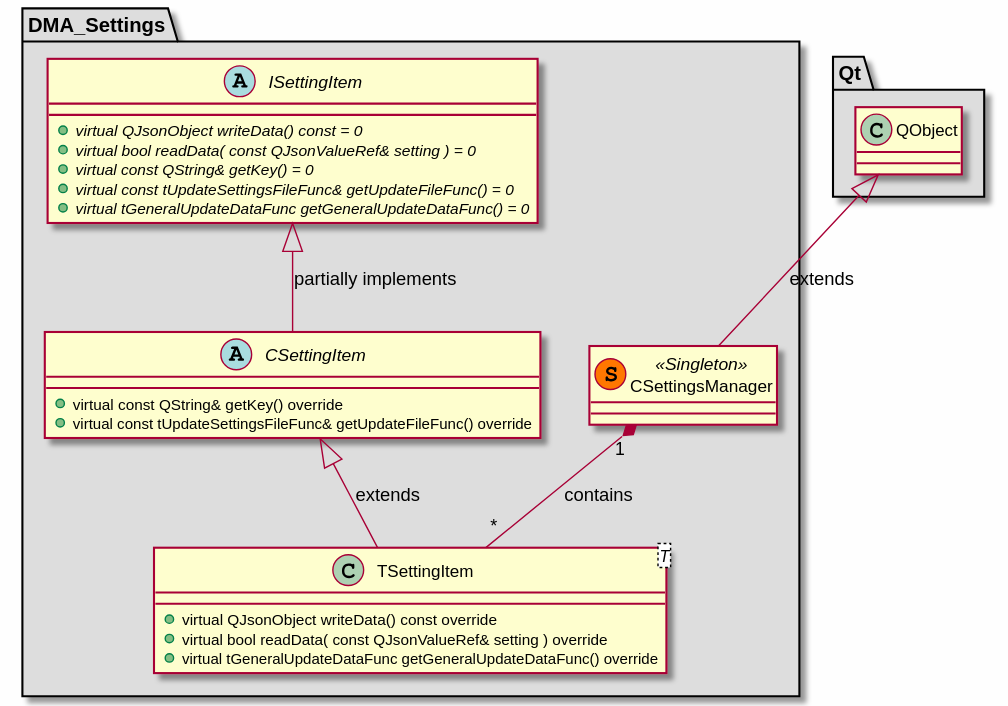
Before: md/dev_docs/puml/DMA_Settings_standalone.svg, a diagram exported from PlantUML (svlad-90/DLT-Message-Analyzer).
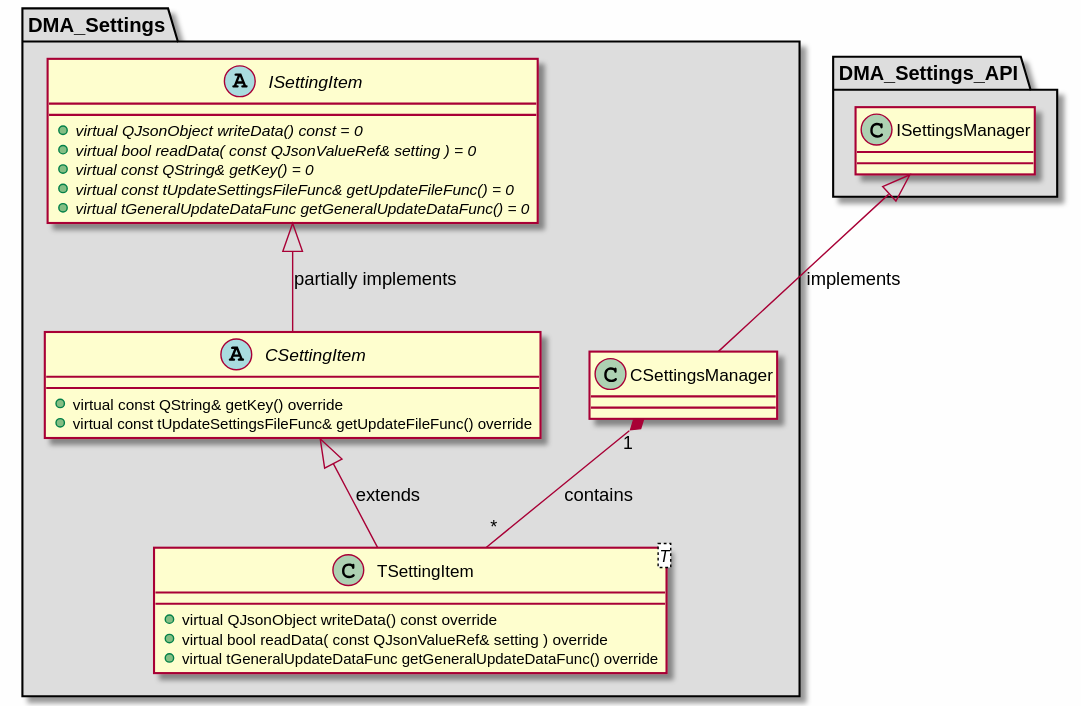
After the change.

The edit, as a diff of the source:
```diff
@@ -11,7 +11,7 @@
     + virtual const tUpdateSettingsFileFunc& getUpdateFileFunc() override
 }
 
-class "CSettingsManager"<< (S,#FF7700) Singleton >>
+class "CSettingsManager"
 {
 }
 
@@ -33,17 +33,17 @@
 
 }
 
-package "Qt" #DDDDDD
+package "DMA_Settings_API" #DDDDDD
 {
 
-class "QObject"
+class "ISettingsManager"
 {
 }
 
 }
 
 ISettingItem <|-- CSettingItem : partially implements
-QObject <|-- CSettingsManager : extends
+ISettingsManager <|-- CSettingsManager : implements
 CSettingItem <|-- TSettingItem_T_ : extends
 
 CSettingsManager "1" *-- "*" TSettingItem_T_ : contains
```
